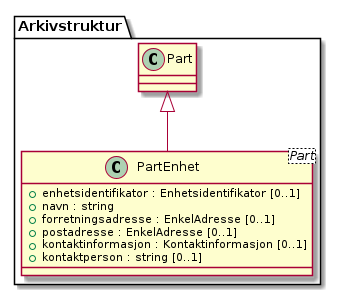
This is kapitler/media/uml-class-partenhet.png from arkivverket/noark5-tjenestegrensesnitt-standard, a PlantUML export, as it was before one commit. Source of this version:
```plantuml
@startuml
skinparam nodesep 100
class Arkivstruktur.PartEnhet <Part> {
  +enhetsidentifikator : Enhetsidentifikator [0..1]
  +navn : string
  +forretningsadresse : EnkelAdresse [0..1]
  +postadresse : EnkelAdresse [0..1]
  +kontaktinformasjon : Kontaktinformasjon [0..1]
  +kontaktperson : string [0..1]
}
Arkivstruktur.Part <|-- Arkivstruktur.PartEnhet
@enduml
```
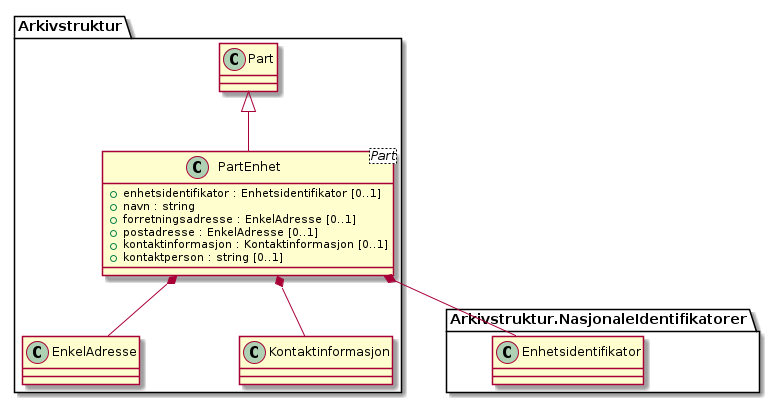
Later version of the same file.

The edit, as a diff of the source:
```diff
@@ -9,4 +9,7 @@
   +kontaktperson : string [0..1]
 }
 Arkivstruktur.Part <|-- Arkivstruktur.PartEnhet
+Arkivstruktur.PartEnhet *-- Arkivstruktur.NasjonaleIdentifikatorer.Enhetsidentifikator
+Arkivstruktur.PartEnhet *-- Arkivstruktur.EnkelAdresse
+Arkivstruktur.PartEnhet *-- Arkivstruktur.Kontaktinformasjon
 @enduml
```
